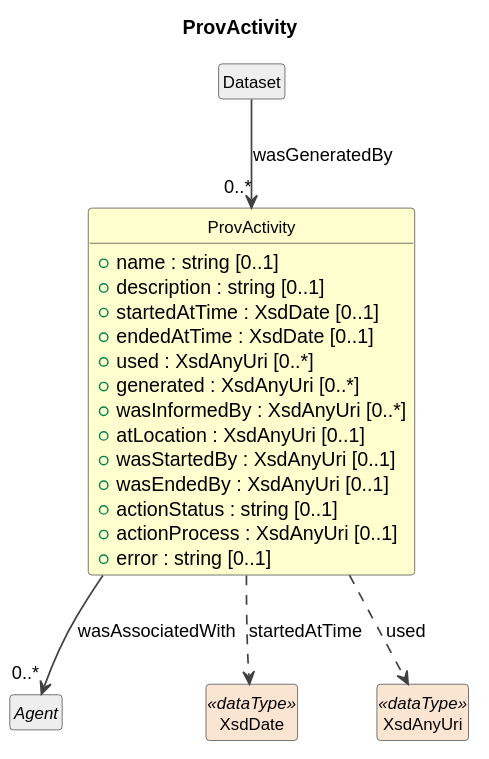
Cross-Domain-Interoperability-Framework/metadataBuildingBlocks keeps this PlantUML diagram as cdif-uml-model/CDIFCore/Classes/ProvActivity.svg. Above is the earlier version.
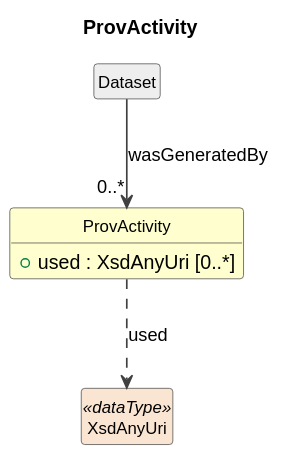
After the change.

Commit message:
Model browser: re-render stale cdifCore Agent/ProvActivity SVGs

Change to the diagram source:
```diff
@@ -11,26 +11,10 @@
 }
 
 class "ProvActivity" as ProvActivity #FEFECE {
-  +name : string [0..1]
-  +description : string [0..1]
-  +startedAtTime : XsdDate [0..1]
-  +endedAtTime : XsdDate [0..1]
   +used : XsdAnyUri [0..*]
-  +generated : XsdAnyUri [0..*]
-  +wasInformedBy : XsdAnyUri [0..*]
-  +atLocation : XsdAnyUri [0..1]
-  +wasStartedBy : XsdAnyUri [0..1]
-  +wasEndedBy : XsdAnyUri [0..1]
-  +actionStatus : string [0..1]
-  +actionProcess : XsdAnyUri [0..1]
-  +error : string [0..1]
 }
 class "Dataset" as Dataset #EEEEEE
 Dataset --> "0..*" ProvActivity : wasGeneratedBy
-abstract class "Agent" as Agent #EEEEEE
-ProvActivity --> "0..*" Agent : wasAssociatedWith
-class "XsdDate" as XsdDate <<dataType>> #FAE5D3
-ProvActivity ..> XsdDate : startedAtTime
 class "XsdAnyUri" as XsdAnyUri <<dataType>> #FAE5D3
 ProvActivity ..> XsdAnyUri : used
 @enduml
```
